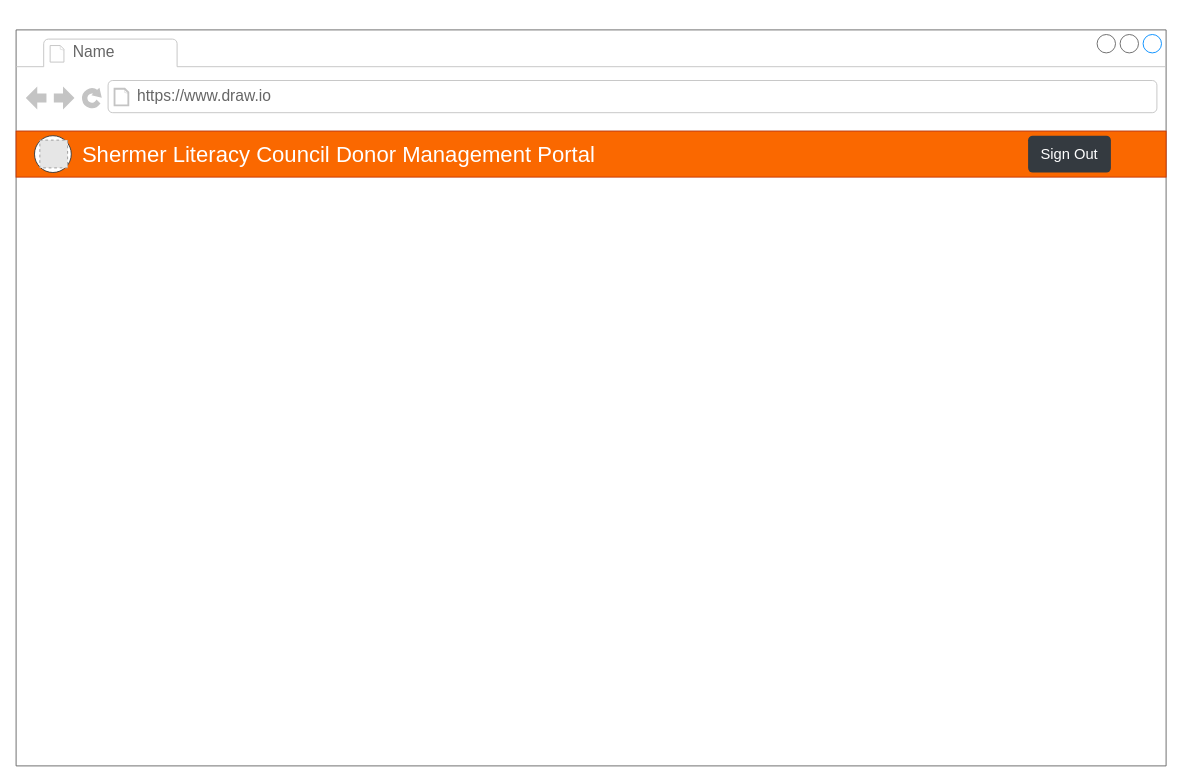
CaseyPitman/Donor-Management-Portal keeps this draw.io diagram as page "EditDonor" (6 of 7) of docs/donor-tracker-mock.drawio. Above is the earlier version. Source tidied: cells renumbered, new cells numbered last; positions are measured from the earlier drawing's top-left corner, leaving out a move shared by most shapes. Both pictures are drawn from the tidied source at 92%, with x=0, y=0 at pixel (16, 29). Pictures stored in the file or linked from it are replaced by grey dashed boxes.
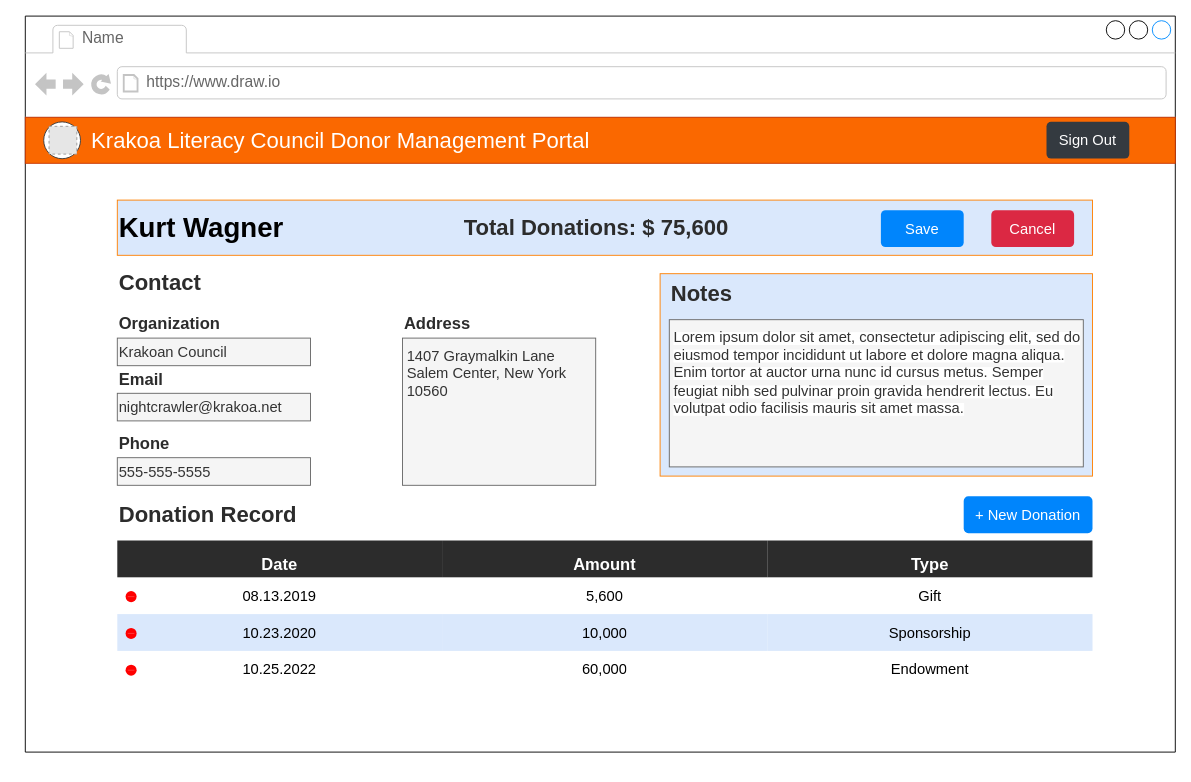
The same diagram, later.

The edit, as a diff of the source:
```diff
@@
-    <mxCell id="2" style="strokeWidth=1;shadow=0;dashed=0;align=center;html=1;shape=mxgraph.mockup.containers.browserWindow;rSize=0;strokeColor=#666666;strokeColor2=#008cff;strokeColor3=#c4c4c4;mainText=,;" parent="1" vertex="1">
-      <mxGeometry width="1250" height="800" as="geometry" />
-    </mxCell>
+    <mxCell id="9" value="Sign Out" style="html=1;shadow=0;dashed=0;shape=mxgraph.bootstrap.rrect;rSize=5;strokeColor=none;strokeWidth=1;fillColor=#343A40;fontColor=#ffffff;whiteSpace=wrap;align=center;verticalAlign=middle;spacingLeft=0;fontStyle=0;fontSize=16;spacing=5;rounded=0;glass=0;labelBackgroundColor=none;sketch=0;" parent="1" vertex="1">
+      <mxGeometry x="1100" y="115" width="90" height="40" as="geometry" />
+    </mxCell>
+    <mxCell id="10" style="strokeWidth=1;shadow=0;dashed=0;align=center;html=1;shape=mxgraph.mockup.containers.browserWindow;rSize=0;strokeColor2=#008cff;strokeColor3=#c4c4c4;mainText=,;spacing=2;" parent="1" vertex="1">
+      <mxGeometry x="10" y="-15" width="1250" height="800" as="geometry" />
+    </mxCell>
-    <mxCell id="3" value="Name" style="strokeWidth=1;shadow=0;dashed=0;align=center;html=1;shape=mxgraph.mockup.containers.anchor;fontSize=17;fontColor=#666666;align=left;" parent="2" vertex="1">
+    <mxCell id="3" value="Name" style="strokeWidth=1;shadow=0;dashed=0;align=center;html=1;shape=mxgraph.mockup.containers.anchor;fontSize=17;fontColor=#666666;align=left;" parent="10" vertex="1">
       <mxGeometry x="60" y="12" width="110" height="26" as="geometry" />
     </mxCell>
-    <mxCell id="4" value="https://www.draw.io" style="strokeWidth=1;shadow=0;dashed=0;align=center;html=1;shape=mxgraph.mockup.containers.anchor;rSize=0;fontSize=17;fontColor=#666666;align=left;" parent="2" vertex="1">
+    <mxCell id="4" value="https://www.draw.io" style="strokeWidth=1;shadow=0;dashed=0;align=center;html=1;shape=mxgraph.mockup.containers.anchor;rSize=0;fontSize=17;fontColor=#666666;align=left;" parent="10" vertex="1">
       <mxGeometry x="130" y="60" width="250" height="26" as="geometry" />
     </mxCell>
-    <mxCell id="5" style="rounded=0;whiteSpace=wrap;html=1;fontSize=17;gradientDirection=north;strokeColor=#C73500;fontColor=#ffffff;fillColor=#fa6800;" parent="2" vertex="1">
+    <mxCell id="5" style="rounded=0;whiteSpace=wrap;html=1;fontSize=17;gradientDirection=north;strokeColor=#C73500;fontColor=#ffffff;fillColor=#fa6800;" parent="10" vertex="1">
       <mxGeometry y="110" width="1250" height="50" as="geometry" />
     </mxCell>
-    <mxCell id="6" value="&lt;h2&gt;&lt;font size=&quot;1&quot; color=&quot;#ffffff&quot;&gt;&lt;span style=&quot;font-size: 24px ; font-weight: normal&quot;&gt;Shermer Literacy Council Donor Management Portal&lt;/span&gt;&lt;/font&gt;&lt;/h2&gt;" style="text;html=1;strokeColor=none;fillColor=none;align=left;verticalAlign=middle;whiteSpace=wrap;rounded=0;fontSize=17;" parent="2" vertex="1">
-      <mxGeometry x="70" y="125" width="730" height="20" as="geometry" />
-    </mxCell>
+    <mxCell id="11" value="&lt;h2&gt;&lt;font size=&quot;1&quot; color=&quot;#ffffff&quot;&gt;&lt;span style=&quot;font-size: 24px ; font-weight: normal&quot;&gt;Krakoa Literacy Council Donor Management Portal&lt;/span&gt;&lt;/font&gt;&lt;/h2&gt;" style="text;html=1;strokeColor=none;fillColor=none;align=left;verticalAlign=middle;whiteSpace=wrap;rounded=0;fontSize=17;" parent="10" vertex="1">
+      <mxGeometry x="70" y="125" width="730" height="20" as="geometry" />
+    </mxCell>
-    <mxCell id="7" style="ellipse;whiteSpace=wrap;html=1;labelBackgroundColor=#ffffff;fontSize=17;align=left;strokeColor=#36393d;" parent="2" vertex="1">
+    <mxCell id="7" style="ellipse;whiteSpace=wrap;html=1;labelBackgroundColor=#ffffff;fontSize=17;align=left;strokeColor=#36393d;" parent="10" vertex="1">
       <mxGeometry x="20" y="115" width="40" height="40" as="geometry" />
     </mxCell>
-    <mxCell id="8" style="fillColor=#E6E6E6;strokeColor=#999999;dashed=1;html=1;verticalAlign=top;verticalLabelPosition=bottom;labelBackgroundColor=#ffffff;fontSize=17;fontColor=#FFFFFF;align=left;" parent="2" vertex="1">
+    <mxCell id="8" style="fillColor=#E6E6E6;strokeColor=#999999;dashed=1;html=1;verticalAlign=top;verticalLabelPosition=bottom;labelBackgroundColor=#ffffff;fontSize=17;fontColor=#FFFFFF;align=left;" parent="10" vertex="1">
       <mxGeometry x="25.8" y="119.8" width="30.2" height="30.2" as="geometry" />
     </mxCell>
-    <mxCell id="9" value="Sign Out" style="html=1;shadow=0;dashed=0;shape=mxgraph.bootstrap.rrect;rSize=5;strokeColor=none;strokeWidth=1;fillColor=#343A40;fontColor=#ffffff;whiteSpace=wrap;align=center;verticalAlign=middle;spacingLeft=0;fontStyle=0;fontSize=16;spacing=5;rounded=0;glass=0;labelBackgroundColor=none;sketch=0;" parent="1" vertex="1">
-      <mxGeometry x="1100" y="115" width="90" height="40" as="geometry" />
-    </mxCell>
+    <mxCell id="12" value="Sign Out" style="html=1;shadow=0;dashed=0;shape=mxgraph.bootstrap.rrect;rSize=5;strokeColor=none;strokeWidth=1;fillColor=#343A40;fontColor=#ffffff;whiteSpace=wrap;align=center;verticalAlign=middle;spacingLeft=0;fontStyle=0;fontSize=16;spacing=5;rounded=0;glass=0;labelBackgroundColor=none;sketch=0;" parent="10" vertex="1">
+      <mxGeometry x="1110" y="114.9" width="90" height="40" as="geometry" />
+    </mxCell>
+    <mxCell id="13" style="rounded=0;whiteSpace=wrap;html=1;align=left;strokeColor=none;" parent="10" vertex="1">
+      <mxGeometry x="70" y="201" width="1120" height="550" as="geometry" />
+    </mxCell>
+    <mxCell id="14" value="&lt;h1&gt;&lt;font style=&quot;font-size: 30px&quot;&gt;Kurt Wagner&lt;/font&gt;&lt;/h1&gt;" style="rounded=0;whiteSpace=wrap;html=1;align=left;fillColor=#dae8fc;strokeColor=#FF8000;" parent="10" vertex="1">
+      <mxGeometry x="100" y="200" width="1060" height="60" as="geometry" />
+    </mxCell>
+    <mxCell id="15" value="&lt;h2&gt;Phone&lt;/h2&gt;" style="rounded=0;whiteSpace=wrap;html=1;fillColor=#FFFFFF;gradientColor=none;fontColor=#2C2C2C;align=left;strokeColor=none;" parent="10" vertex="1">
+      <mxGeometry x="100" y="440" width="130" height="50" as="geometry" />
+    </mxCell>
+    <mxCell id="16" value="&lt;h2&gt;Email&lt;/h2&gt;" style="rounded=0;whiteSpace=wrap;html=1;fillColor=#FFFFFF;gradientColor=none;fontColor=#2C2C2C;align=left;strokeColor=none;" parent="10" vertex="1">
+      <mxGeometry x="100" y="370" width="200" height="50" as="geometry" />
+    </mxCell>
+    <mxCell id="17" value="&lt;h2&gt;Organization&lt;/h2&gt;" style="rounded=0;whiteSpace=wrap;html=1;fillColor=#FFFFFF;gradientColor=none;fontColor=#2C2C2C;align=left;strokeColor=none;" parent="10" vertex="1">
+      <mxGeometry x="100" y="310" width="130" height="50" as="geometry" />
+    </mxCell>
+    <mxCell id="18" value="&lt;h2&gt;Address&lt;/h2&gt;" style="rounded=0;whiteSpace=wrap;html=1;fillColor=#FFFFFF;gradientColor=none;fontColor=#2C2C2C;align=left;strokeColor=none;" parent="10" vertex="1">
+      <mxGeometry x="410" y="310" width="130" height="50" as="geometry" />
+    </mxCell>
+    <mxCell id="19" value="&lt;h1&gt;Contact&lt;/h1&gt;" style="text;html=1;strokeColor=none;fillColor=none;align=left;verticalAlign=middle;whiteSpace=wrap;rounded=0;fontColor=#2C2C2C;" parent="10" vertex="1">
+      <mxGeometry x="100" y="240" width="210" height="100" as="geometry" />
+    </mxCell>
+    <mxCell id="20" value="&lt;h1&gt;Donation Record&lt;/h1&gt;" style="text;html=1;strokeColor=none;fillColor=none;align=left;verticalAlign=middle;whiteSpace=wrap;rounded=0;fontColor=#2C2C2C;" parent="10" vertex="1">
+      <mxGeometry x="100" y="517" width="210" height="50" as="geometry" />
+    </mxCell>
+    <mxCell id="21" style="shape=table;html=1;whiteSpace=wrap;startSize=0;childLayout=tableLayout;strokeColor=none;" parent="10" vertex="1">
+      <mxGeometry x="100" y="570" width="1060" height="160" as="geometry" />
+    </mxCell>
+    <mxCell id="22" style="shape=partialRectangle;html=1;whiteSpace=wrap;fillColor=none;top=0;left=0;bottom=0;right=0;" parent="21" vertex="1">
+      <mxGeometry width="1060" height="40" as="geometry" />
+    </mxCell>
+    <mxCell id="23" value="&lt;h2&gt;Date&lt;/h2&gt;" style="shape=partialRectangle;html=1;whiteSpace=wrap;overflow=hidden;top=0;left=0;bottom=0;right=0;fillColor=#2C2C2C;fontColor=#FFFFFF;" parent="22" vertex="1">
+      <mxGeometry width="353" height="40" as="geometry" />
+    </mxCell>
+    <mxCell id="24" value="&lt;h2&gt;Amount&lt;/h2&gt;" style="shape=partialRectangle;html=1;whiteSpace=wrap;overflow=hidden;top=0;left=0;bottom=0;right=0;fillColor=#2C2C2C;fontColor=#FFFFFF;" parent="22" vertex="1">
+      <mxGeometry x="353" width="354" height="40" as="geometry" />
+    </mxCell>
+    <mxCell id="25" value="&lt;h2&gt;Type&lt;/h2&gt;" style="shape=partialRectangle;html=1;whiteSpace=wrap;overflow=hidden;top=0;left=0;bottom=0;right=0;fillColor=#2C2C2C;fontColor=#FFFFFF;verticalAlign=middle;" parent="22" vertex="1">
+      <mxGeometry x="707" width="353" height="40" as="geometry" />
+    </mxCell>
+    <mxCell id="26" style="shape=partialRectangle;html=1;whiteSpace=wrap;fillColor=none;top=0;left=0;bottom=0;right=0;" parent="21" vertex="1">
+      <mxGeometry y="40" width="1060" height="40" as="geometry" />
+    </mxCell>
+    <mxCell id="27" value="08.13.2019" style="shape=partialRectangle;html=1;whiteSpace=wrap;overflow=hidden;fillColor=none;top=0;left=0;bottom=0;right=0;fontSize=16;" parent="26" vertex="1">
+      <mxGeometry width="353" height="40" as="geometry" />
+    </mxCell>
+    <mxCell id="28" value="5,600" style="shape=partialRectangle;html=1;whiteSpace=wrap;overflow=hidden;fillColor=none;top=0;left=0;bottom=0;right=0;fontSize=16;" parent="26" vertex="1">
+      <mxGeometry x="353" width="354" height="40" as="geometry" />
+    </mxCell>
+    <mxCell id="29" value="Gift" style="shape=partialRectangle;html=1;whiteSpace=wrap;overflow=hidden;fillColor=none;top=0;left=0;bottom=0;right=0;fontSize=16;" parent="26" vertex="1">
+      <mxGeometry x="707" width="353" height="40" as="geometry" />
+    </mxCell>
+    <mxCell id="30" style="shape=partialRectangle;html=1;whiteSpace=wrap;fillColor=none;top=0;left=0;bottom=0;right=0;strokeColor=#FF3333;" parent="21" vertex="1">
+      <mxGeometry y="80" width="1060" height="40" as="geometry" />
+    </mxCell>
+    <mxCell id="31" value="10.23.2020" style="shape=partialRectangle;html=1;whiteSpace=wrap;overflow=hidden;fillColor=#dae8fc;top=0;left=0;bottom=0;right=0;fontSize=16;strokeColor=#6c8ebf;" parent="30" vertex="1">
+      <mxGeometry width="353" height="40" as="geometry" />
+    </mxCell>
+    <mxCell id="32" value="10,000" style="shape=partialRectangle;html=1;whiteSpace=wrap;overflow=hidden;fillColor=#dae8fc;top=0;left=0;bottom=0;right=0;fontSize=16;strokeColor=#6c8ebf;" parent="30" vertex="1">
+      <mxGeometry x="353" width="354" height="40" as="geometry" />
+    </mxCell>
+    <mxCell id="33" value="Sponsorship" style="shape=partialRectangle;html=1;whiteSpace=wrap;overflow=hidden;fillColor=#dae8fc;top=0;left=0;bottom=0;right=0;fontSize=16;strokeColor=#6c8ebf;" parent="30" vertex="1">
+      <mxGeometry x="707" width="353" height="40" as="geometry" />
+    </mxCell>
+    <mxCell id="34" style="shape=partialRectangle;html=1;whiteSpace=wrap;fillColor=none;top=0;left=0;bottom=0;right=0;" parent="21" vertex="1">
+      <mxGeometry y="120" width="1060" height="40" as="geometry" />
+    </mxCell>
+    <mxCell id="35" value="10.25.2022" style="shape=partialRectangle;html=1;whiteSpace=wrap;overflow=hidden;fillColor=none;top=0;left=0;bottom=0;right=0;fontSize=16;" parent="34" vertex="1">
+      <mxGeometry width="353" height="40" as="geometry" />
+    </mxCell>
+    <mxCell id="36" value="60,000" style="shape=partialRectangle;html=1;whiteSpace=wrap;overflow=hidden;fillColor=none;top=0;left=0;bottom=0;right=0;fontSize=16;" parent="34" vertex="1">
+      <mxGeometry x="353" width="354" height="40" as="geometry" />
+    </mxCell>
+    <mxCell id="37" value="Endowment" style="shape=partialRectangle;html=1;whiteSpace=wrap;overflow=hidden;fillColor=none;top=0;left=0;bottom=0;right=0;fontSize=16;" parent="34" vertex="1">
+      <mxGeometry x="707" width="353" height="40" as="geometry" />
+    </mxCell>
+    <mxCell id="38" value="&lt;h1&gt;Total Donations: $ 75,600&lt;/h1&gt;" style="text;html=1;strokeColor=none;fillColor=none;align=left;verticalAlign=middle;whiteSpace=wrap;rounded=0;fontColor=#2C2C2C;" parent="10" vertex="1">
+      <mxGeometry x="475" y="205" width="310" height="50" as="geometry" />
+    </mxCell>
+    <mxCell id="39" value="&lt;font style=&quot;font-size: 16px&quot;&gt;Krakoan Council&lt;/font&gt;" style="rounded=0;whiteSpace=wrap;html=1;fillColor=#f5f5f5;fontColor=#333333;align=left;labelPosition=center;verticalLabelPosition=middle;verticalAlign=middle;strokeColor=#666666;" parent="10" vertex="1">
+      <mxGeometry x="100" y="350" width="210" height="30" as="geometry" />
+    </mxCell>
+    <mxCell id="40" value="&lt;font style=&quot;font-size: 16px&quot;&gt;nightcrawler@krakoa.net&lt;/font&gt;" style="rounded=0;whiteSpace=wrap;html=1;fillColor=#f5f5f5;fontColor=#333333;align=left;labelPosition=center;verticalLabelPosition=middle;verticalAlign=middle;strokeColor=#666666;" parent="10" vertex="1">
+      <mxGeometry x="100" y="410" width="210" height="30" as="geometry" />
+    </mxCell>
+    <mxCell id="41" value="&lt;font style=&quot;font-size: 16px&quot;&gt;555-555-5555&lt;/font&gt;" style="rounded=0;whiteSpace=wrap;html=1;fillColor=#f5f5f5;fontColor=#333333;align=left;labelPosition=center;verticalLabelPosition=middle;verticalAlign=middle;strokeColor=#666666;" parent="10" vertex="1">
+      <mxGeometry x="100" y="480" width="210" height="30" as="geometry" />
+    </mxCell>
+    <mxCell id="42" value="&lt;font style=&quot;font-size: 16px&quot;&gt;1407 Graymalkin Lane&lt;br&gt;Salem Center, New York&lt;br&gt;10560&lt;/font&gt;" style="rounded=0;whiteSpace=wrap;html=1;fillColor=#f5f5f5;fontColor=#333333;align=left;labelPosition=center;verticalLabelPosition=middle;verticalAlign=top;strokeColor=#666666;spacing=5;" parent="10" vertex="1">
+      <mxGeometry x="410" y="350" width="210" height="160" as="geometry" />
+    </mxCell>
+    <mxCell id="43" style="rounded=0;whiteSpace=wrap;html=1;fillColor=#DAE8FC;gradientColor=none;fontSize=16;fontColor=#FFFFFF;align=left;strokeColor=#FF8000;" parent="10" vertex="1">
+      <mxGeometry x="690" y="280" width="470" height="220" as="geometry" />
+    </mxCell>
+    <mxCell id="44" value="&lt;span style=&quot;font-style: normal ; font-weight: 400 ; letter-spacing: normal ; text-indent: 0px ; text-transform: none ; word-spacing: 0px ; display: inline ; float: none ; background-color: rgb(255 , 255 , 255)&quot;&gt;&lt;font style=&quot;font-size: 16px&quot;&gt;Lorem ipsum dolor sit amet, consectetur adipiscing elit, sed do eiusmod tempor incididunt ut labore et dolore magna aliqua. Enim tortor at auctor urna nunc id cursus metus. Semper feugiat nibh sed pulvinar proin gravida hendrerit lectus. Eu volutpat odio facilisis mauris sit amet massa.&lt;/font&gt;&lt;/span&gt;" style="rounded=0;whiteSpace=wrap;html=1;align=left;verticalAlign=top;spacingTop=0;spacing=5;strokeColor=#666666;fillColor=#f5f5f5;fontColor=#333333;" parent="10" vertex="1">
+      <mxGeometry x="700" y="330" width="450" height="160" as="geometry" />
+    </mxCell>
+    <mxCell id="45" value="&lt;h1&gt;Notes&lt;/h1&gt;" style="text;html=1;strokeColor=none;fillColor=none;align=left;verticalAlign=middle;whiteSpace=wrap;rounded=0;fontColor=#2C2C2C;" parent="10" vertex="1">
+      <mxGeometry x="700" y="252" width="210" height="100" as="geometry" />
+    </mxCell>
+    <mxCell id="46" value="Save" style="html=1;shadow=0;dashed=0;shape=mxgraph.bootstrap.rrect;rSize=5;strokeColor=none;strokeWidth=1;fillColor=#0085FC;fontColor=#FFFFFF;whiteSpace=wrap;align=center;verticalAlign=middle;spacingLeft=0;fontStyle=0;fontSize=16;spacing=5;rounded=0;" parent="10" vertex="1">
+      <mxGeometry x="930" y="211" width="90" height="40" as="geometry" />
+    </mxCell>
+    <mxCell id="47" value="Cancel" style="html=1;shadow=0;dashed=0;shape=mxgraph.bootstrap.rrect;rSize=5;strokeColor=none;strokeWidth=1;fillColor=#DB2843;fontColor=#FFFFFF;whiteSpace=wrap;align=center;verticalAlign=middle;spacingLeft=0;fontStyle=0;fontSize=16;spacing=5;rounded=0;" parent="10" vertex="1">
+      <mxGeometry x="1050" y="211" width="90" height="40" as="geometry" />
+    </mxCell>
+    <mxCell id="48" value="+ New Donation" style="html=1;shadow=0;dashed=0;shape=mxgraph.bootstrap.rrect;rSize=5;strokeColor=none;strokeWidth=1;fillColor=#0085FC;fontColor=#FFFFFF;whiteSpace=wrap;align=center;verticalAlign=middle;spacingLeft=0;fontStyle=0;fontSize=16;spacing=5;rounded=0;" parent="10" vertex="1">
+      <mxGeometry x="1020" y="522" width="140" height="40" as="geometry" />
+    </mxCell>
+    <mxCell id="49" style="html=1;verticalLabelPosition=bottom;labelBackgroundColor=#ffffff;verticalAlign=top;shadow=0;dashed=0;strokeWidth=2;shape=mxgraph.ios7.misc.delete;fillColor=#ff0000;strokeColor=#ffffff;rounded=0;fontSize=16;fontColor=#2C2C2C;align=left;" parent="10" vertex="1">
+      <mxGeometry x="109" y="625" width="12" height="12" as="geometry" />
+    </mxCell>
+    <mxCell id="50" style="html=1;verticalLabelPosition=bottom;labelBackgroundColor=#ffffff;verticalAlign=top;shadow=0;dashed=0;strokeWidth=2;shape=mxgraph.ios7.misc.delete;fillColor=#ff0000;strokeColor=#ffffff;rounded=0;fontSize=16;fontColor=#2C2C2C;align=left;" parent="10" vertex="1">
+      <mxGeometry x="109" y="665" width="12" height="12" as="geometry" />
+    </mxCell>
+    <mxCell id="51" style="html=1;verticalLabelPosition=bottom;labelBackgroundColor=#ffffff;verticalAlign=top;shadow=0;dashed=0;strokeWidth=2;shape=mxgraph.ios7.misc.delete;fillColor=#ff0000;strokeColor=#ffffff;rounded=0;fontSize=16;fontColor=#2C2C2C;align=left;" parent="10" vertex="1">
+      <mxGeometry x="109" y="705" width="12" height="12" as="geometry" />
+    </mxCell>
```
